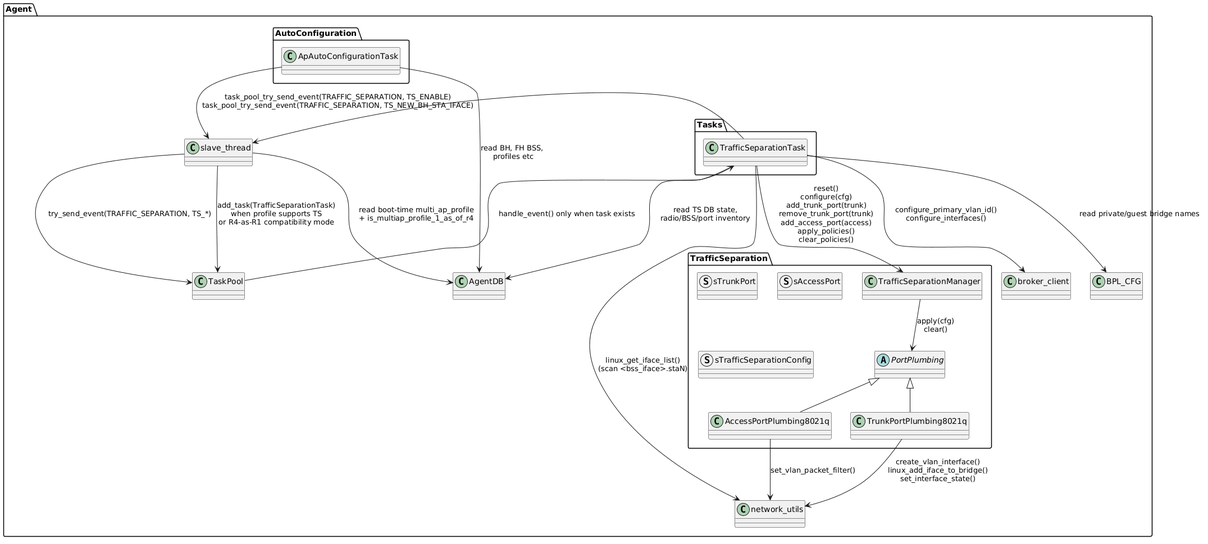
CodeLinaro-mirror/qsdk_oss_prpl-foundation_prplmesh_prplMesh keeps this PlantUML diagram as documentation/images/plantuml/agent/traffic_separation/ts_ComponentD.png. Above is the earlier version.
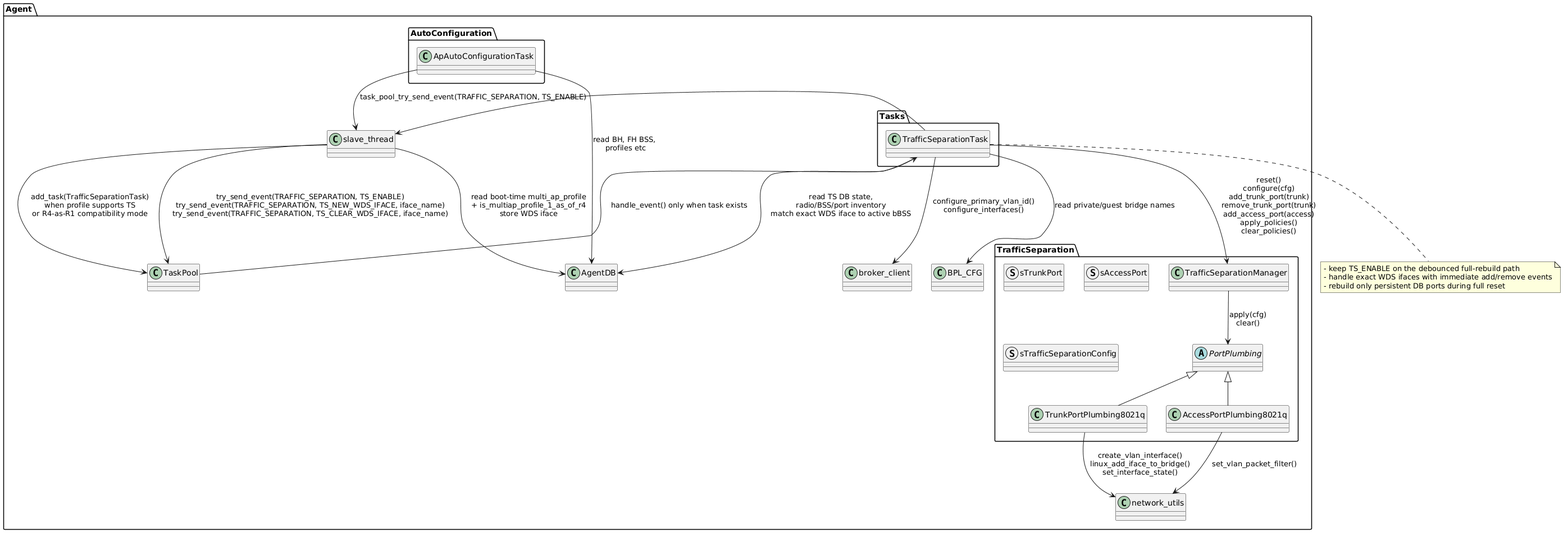
After the change.

Commit message:
docs: update TS traffic separation diagrams

What changed in the source:
```diff
@@ -28,17 +28,16 @@
 }
 
 ApAutoConfigurationTask --> AgentDB : read BH, FH BSS, \nprofiles etc
-ApAutoConfigurationTask --> slave_thread : task_pool_try_send_event(TRAFFIC_SEPARATION, TS_ENABLE)\ntask_pool_try_send_event(TRAFFIC_SEPARATION, TS_NEW_BH_STA_IFACE)
-slave_thread --> AgentDB : read boot-time multi_ap_profile\n+ is_multiap_profile_1_as_of_r4
+ApAutoConfigurationTask --> slave_thread : task_pool_try_send_event(TRAFFIC_SEPARATION, TS_ENABLE)
+slave_thread --> AgentDB : read boot-time multi_ap_profile\n+ is_multiap_profile_1_as_of_r4\nstore WDS iface
 slave_thread --> TaskPool : add_task(TrafficSeparationTask)\nwhen profile supports TS\nor R4-as-R1 compatibility mode
-slave_thread --> TaskPool : try_send_event(TRAFFIC_SEPARATION, TS_*)
+slave_thread --> TaskPool : try_send_event(TRAFFIC_SEPARATION, TS_ENABLE)\ntry_send_event(TRAFFIC_SEPARATION, TS_NEW_WDS_IFACE, iface_name)\ntry_send_event(TRAFFIC_SEPARATION, TS_CLEAR_WDS_IFACE, iface_name)
 TaskPool --> TrafficSeparationTask : handle_event() only when task exists
 
-TrafficSeparationTask --> AgentDB : read TS DB state,\nradio/BSS/port inventory
+TrafficSeparationTask --> AgentDB : read TS DB state,\nradio/BSS/port inventory\nmatch exact WDS iface to active bBSS
 TrafficSeparationTask --> BPL_CFG : read private/guest bridge names
 TrafficSeparationTask --> broker_client : configure_primary_vlan_id()\nconfigure_interfaces()
 TrafficSeparationTask --> TrafficSeparationManager : reset()\nconfigure(cfg)\nadd_trunk_port(trunk)\nremove_trunk_port(trunk)\nadd_access_port(access)\napply_policies()\nclear_policies()
-TrafficSeparationTask --> network_utils : linux_get_iface_list()\n(scan <bss_iface>.staN)
 TrafficSeparationTask --> slave_thread
 
 TrafficSeparationManager --> PortPlumbing : apply(cfg)\nclear()
@@ -47,4 +46,10 @@
 
 TrunkPortPlumbing8021q --> network_utils : create_vlan_interface()\nlinux_add_iface_to_bridge()\nset_interface_state()
 AccessPortPlumbing8021q --> network_utils : set_vlan_packet_filter()
+
+note bottom of TrafficSeparationTask
+  - keep TS_ENABLE on the debounced full-rebuild path
+  - handle exact WDS ifaces with immediate add/remove events
+  - rebuild only persistent DB ports during full reset
+end note
 @enduml
```
